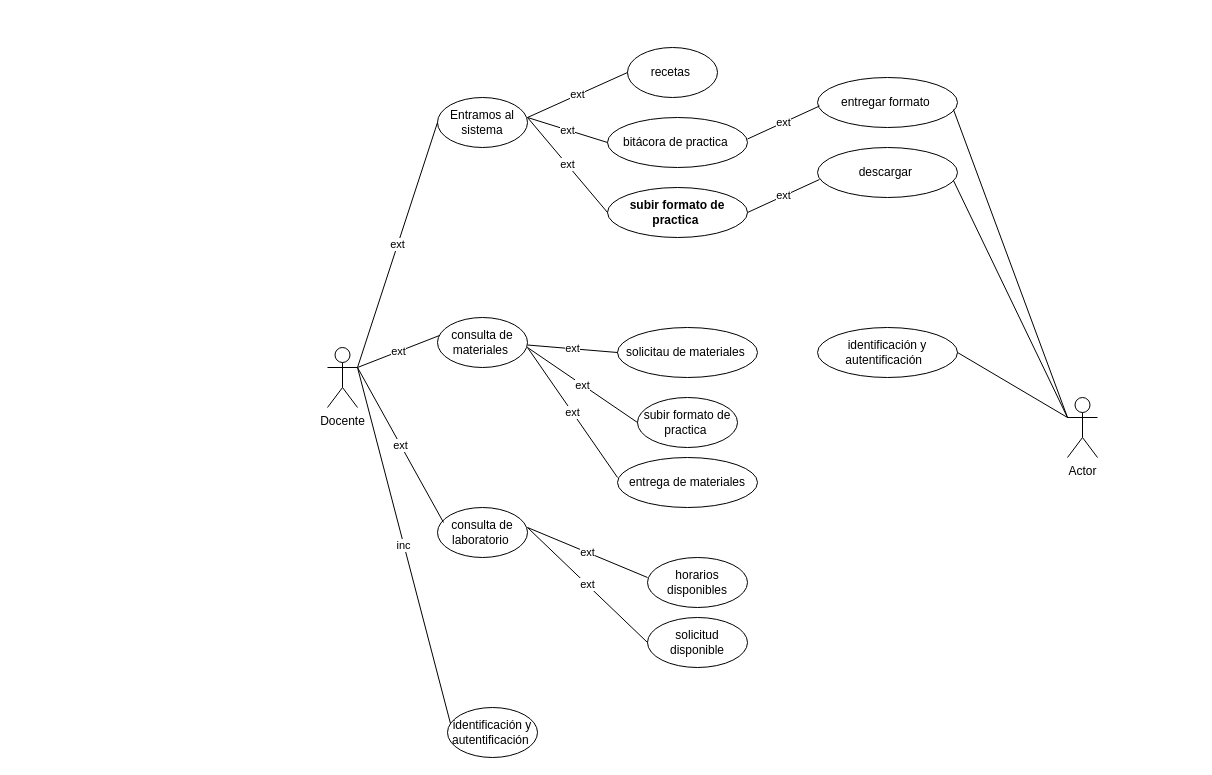
This is Diagrama sin título.drawio from pedroromeroDG/ejemplo1, a draw.io file, before an edit. Source tidied: cells renumbered, new cells numbered last; positions are measured from the earlier drawing's top-left corner, leaving out a move shared by most shapes. Both pictures are drawn from the tidied source at 100%, with x=0, y=0 at pixel (327, 47).
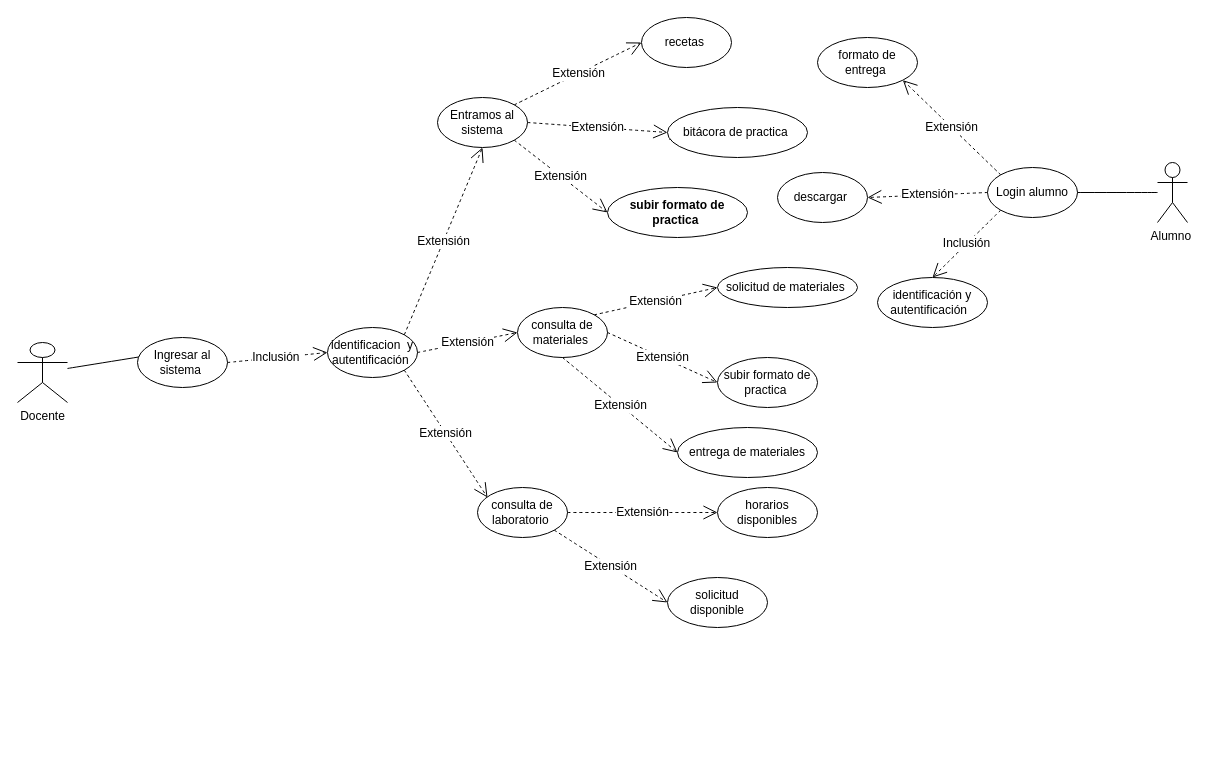
After the change.

The change refers to these unchanged cells:
```xml
<mxCell id="3" value="Entramos al sistema" style="ellipse;whiteSpace=wrap;html=1;" parent="1" vertex="1">
  <mxGeometry x="110" y="50" width="90" height="50" as="geometry" />
</mxCell>
<mxCell id="13" value="subir formato de practica&amp;nbsp;" style="ellipse;whiteSpace=wrap;html=1;fontStyle=1;" parent="1" vertex="1">
  <mxGeometry x="280" y="140" width="140" height="50" as="geometry" />
</mxCell>
```

Diff of the diagram source:
```diff
@@
+    <mxCell id="36" style="edgeStyle=none;curved=1;rounded=0;jettySize=auto;html=1;entryX=1;entryY=0;entryDx=0;entryDy=0;fontSize=12;startSize=8;endSize=8;" parent="1" edge="1" source="2" target="7">
+      <mxGeometry relative="1" as="geometry" />
+    </mxCell>
     <mxCell id="2" value="Docente" style="shape=umlActor;verticalLabelPosition=bottom;verticalAlign=top;html=1;" parent="1" vertex="1">
-      <mxGeometry y="300" width="30" height="60" as="geometry" />
+      <mxGeometry x="-310" y="295" width="50" height="60" as="geometry" />
     </mxCell>
@@
-    <mxCell id="4" value="ext" style="endArrow=none;html=1;rounded=0;entryX=0;entryY=0.5;entryDx=0;entryDy=0;" parent="1" edge="1" target="3">
-      <mxGeometry relative="1" as="geometry">
-        <mxPoint x="30" y="320" as="sourcePoint" />
-      </mxGeometry>
-    </mxCell>
     <mxCell id="5" value="consulta de materiales&amp;nbsp;" style="ellipse;whiteSpace=wrap;html=1;" parent="1" vertex="1">
-      <mxGeometry x="110" y="270" width="90" height="50" as="geometry" />
+      <mxGeometry x="190" y="260" width="90" height="50" as="geometry" />
     </mxCell>
     <mxCell id="6" value="consulta de laboratorio&amp;nbsp;" style="ellipse;whiteSpace=wrap;html=1;" parent="1" vertex="1">
-      <mxGeometry x="110" y="460" width="90" height="50" as="geometry" />
+      <mxGeometry x="150" y="440" width="90" height="50" as="geometry" />
     </mxCell>
-    <mxCell id="7" value="identificación y autentificación&amp;nbsp;" style="ellipse;whiteSpace=wrap;html=1;" parent="1" vertex="1">
-      <mxGeometry x="120" y="660" width="90" height="50" as="geometry" />
+    <mxCell id="7" value="Ingresar al sistema&amp;nbsp;" style="ellipse;whiteSpace=wrap;html=1;" parent="1" vertex="1">
+      <mxGeometry x="-190" y="290" width="90" height="50" as="geometry" />
     </mxCell>
-    <mxCell id="8" value="ext" style="endArrow=none;html=1;rounded=0;entryX=0.067;entryY=0.3;entryDx=0;entryDy=0;entryPerimeter=0;" parent="1" edge="1" target="6">
-      <mxGeometry relative="1" as="geometry">
-        <mxPoint x="30" y="320" as="sourcePoint" />
-      </mxGeometry>
-    </mxCell>
-    <mxCell id="9" value="inc" style="endArrow=none;html=1;rounded=0;entryX=0.033;entryY=0.32;entryDx=0;entryDy=0;entryPerimeter=0;" parent="1" edge="1" target="7">
-      <mxGeometry relative="1" as="geometry">
-        <mxPoint x="30" y="320" as="sourcePoint" />
-      </mxGeometry>
-    </mxCell>
-    <mxCell id="10" value="ext" style="endArrow=none;html=1;rounded=0;entryX=0.022;entryY=0.36;entryDx=0;entryDy=0;exitX=1;exitY=0.3333333333333333;exitDx=0;exitDy=0;exitPerimeter=0;entryPerimeter=0;" parent="1" edge="1" source="2" target="5">
-      <mxGeometry relative="1" as="geometry" />
-    </mxCell>
     <mxCell id="11" value="recetas&amp;nbsp;" style="ellipse;whiteSpace=wrap;html=1;" parent="1" vertex="1">
-      <mxGeometry x="300" width="90" height="50" as="geometry" />
+      <mxGeometry x="314" y="-30" width="90" height="50" as="geometry" />
     </mxCell>
-    <mxCell id="12" value="bitácora de practica&amp;nbsp;" style="ellipse;whiteSpace=wrap;html=1;" parent="1" vertex="1">
-      <mxGeometry x="280" y="70" width="140" height="50" as="geometry" />
-    </mxCell>
@@
-    <mxCell id="14" value="solicitau de materiales&amp;nbsp;" style="ellipse;whiteSpace=wrap;html=1;" parent="1" vertex="1">
-      <mxGeometry x="290" y="280" width="140" height="50" as="geometry" />
+    <mxCell id="14" value="solicitud de materiales&amp;nbsp;" style="ellipse;whiteSpace=wrap;html=1;" parent="1" vertex="1">
+      <mxGeometry x="390" y="220" width="140" height="40" as="geometry" />
     </mxCell>
     <mxCell id="15" value="subir formato de practica&amp;nbsp;" style="ellipse;whiteSpace=wrap;html=1;" parent="1" vertex="1">
-      <mxGeometry x="310" y="350" width="100" height="50" as="geometry" />
+      <mxGeometry x="390" y="310" width="100" height="50" as="geometry" />
     </mxCell>
     <mxCell id="16" value="entrega de materiales" style="ellipse;whiteSpace=wrap;html=1;" parent="1" vertex="1">
-      <mxGeometry x="290" y="410" width="140" height="50" as="geometry" />
+      <mxGeometry x="350" y="380" width="140" height="50" as="geometry" />
     </mxCell>
     <mxCell id="17" value="horarios disponibles" style="ellipse;whiteSpace=wrap;html=1;" parent="1" vertex="1">
-      <mxGeometry x="320" y="510" width="100" height="50" as="geometry" />
+      <mxGeometry x="390" y="440" width="100" height="50" as="geometry" />
     </mxCell>
     <mxCell id="18" value="solicitud disponible" style="ellipse;whiteSpace=wrap;html=1;" parent="1" vertex="1">
-      <mxGeometry x="320" y="570" width="100" height="50" as="geometry" />
+      <mxGeometry x="340" y="530" width="100" height="50" as="geometry" />
     </mxCell>
-    <mxCell id="19" value="ext" style="endArrow=none;html=1;rounded=0;entryX=0;entryY=0.4;entryDx=0;entryDy=0;entryPerimeter=0;" parent="1" edge="1" target="17">
-      <mxGeometry relative="1" as="geometry">
-        <mxPoint x="200" y="480" as="sourcePoint" />
-      </mxGeometry>
-    </mxCell>
-    <mxCell id="20" value="ext" style="endArrow=none;html=1;rounded=0;entryX=0;entryY=0.5;entryDx=0;entryDy=0;" parent="1" edge="1" target="18">
-      <mxGeometry relative="1" as="geometry">
-        <mxPoint x="200" y="480" as="sourcePoint" />
-      </mxGeometry>
-    </mxCell>
-    <mxCell id="21" value="ext" style="endArrow=none;html=1;rounded=0;entryX=0;entryY=0.5;entryDx=0;entryDy=0;" parent="1" edge="1" target="14">
-      <mxGeometry relative="1" as="geometry">
-        <mxPoint x="200" y="297.5" as="sourcePoint" />
-      </mxGeometry>
-    </mxCell>
-    <mxCell id="22" value="ext" style="endArrow=none;html=1;rounded=0;entryX=0;entryY=0.5;entryDx=0;entryDy=0;" parent="1" edge="1" target="15">
-      <mxGeometry relative="1" as="geometry">
-        <mxPoint x="200" y="300" as="sourcePoint" />
-      </mxGeometry>
-    </mxCell>
-    <mxCell id="23" value="ext" style="endArrow=none;html=1;rounded=0;" parent="1" edge="1">
-      <mxGeometry relative="1" as="geometry">
-        <mxPoint x="200" y="300" as="sourcePoint" />
-        <mxPoint x="290" y="430" as="targetPoint" />
-      </mxGeometry>
-    </mxCell>
-    <mxCell id="24" value="ext" style="endArrow=none;html=1;rounded=0;entryX=0;entryY=0.5;entryDx=0;entryDy=0;" parent="1" edge="1" target="13">
-      <mxGeometry relative="1" as="geometry">
-        <mxPoint x="200" y="70" as="sourcePoint" />
-      </mxGeometry>
-    </mxCell>
-    <mxCell id="25" value="ext" style="endArrow=none;html=1;rounded=0;entryX=0;entryY=0.5;entryDx=0;entryDy=0;" parent="1" edge="1" target="12">
-      <mxGeometry relative="1" as="geometry">
-        <mxPoint x="200" y="70" as="sourcePoint" />
-      </mxGeometry>
-    </mxCell>
-    <mxCell id="26" value="ext" style="endArrow=none;html=1;rounded=0;entryX=0;entryY=0.5;entryDx=0;entryDy=0;" parent="1" edge="1" target="11">
-      <mxGeometry relative="1" as="geometry">
-        <mxPoint x="200" y="70" as="sourcePoint" />
-      </mxGeometry>
-    </mxCell>
-    <mxCell id="27" value="entregar formato&amp;nbsp;" style="ellipse;whiteSpace=wrap;html=1;" parent="1" vertex="1">
-      <mxGeometry x="490" y="30" width="140" height="50" as="geometry" />
+    <mxCell id="27" value="formato de entrega&amp;nbsp;" style="ellipse;whiteSpace=wrap;html=1;" parent="1" vertex="1">
+      <mxGeometry x="490" y="-10" width="100" height="50" as="geometry" />
     </mxCell>
     <mxCell id="28" value="descargar&amp;nbsp;" style="ellipse;whiteSpace=wrap;html=1;" parent="1" vertex="1">
-      <mxGeometry x="490" y="100" width="140" height="50" as="geometry" />
+      <mxGeometry x="450" y="125" width="90" height="50" as="geometry" />
     </mxCell>
     <mxCell id="29" value="identificación y autentificación&amp;nbsp;&amp;nbsp;" style="ellipse;whiteSpace=wrap;html=1;" parent="1" vertex="1">
-      <mxGeometry x="490" y="280" width="140" height="50" as="geometry" />
+      <mxGeometry x="550" y="230" width="110" height="50" as="geometry" />
     </mxCell>
+    <mxCell id="37" style="edgeStyle=none;curved=1;rounded=0;jettySize=auto;html=1;entryX=0;entryY=0.5;entryDx=0;entryDy=0;fontSize=12;startSize=8;endSize=8;" parent="1" edge="1" source="30" target="52">
+      <mxGeometry relative="1" as="geometry" />
+    </mxCell>
-    <mxCell id="30" value="Actor" style="shape=umlActor;verticalLabelPosition=bottom;verticalAlign=top;html=1;outlineConnect=0;" parent="1" vertex="1">
-      <mxGeometry x="740" y="350" width="30" height="60" as="geometry" />
+    <mxCell id="30" value="Alumno&amp;nbsp;" style="shape=umlActor;verticalLabelPosition=bottom;verticalAlign=top;html=1;outlineConnect=0;" parent="1" vertex="1">
+      <mxGeometry x="830" y="115" width="30" height="60" as="geometry" />
     </mxCell>
-    <mxCell id="31" style="endArrow=none;html=1;rounded=0;entryX=0;entryY=0.3333333333333333;entryDx=0;entryDy=0;entryPerimeter=0;exitX=1;exitY=0.5;exitDx=0;exitDy=0;" parent="1" edge="1" source="29" target="30">
-      <mxGeometry relative="1" as="geometry" />
-    </mxCell>
-    <mxCell id="32" style="endArrow=none;html=1;rounded=0;entryX=0;entryY=0.3333333333333333;entryDx=0;entryDy=0;entryPerimeter=0;exitX=0.971;exitY=0.66;exitDx=0;exitDy=0;exitPerimeter=0;" parent="1" edge="1" source="28" target="30">
-      <mxGeometry relative="1" as="geometry" />
-    </mxCell>
-    <mxCell id="33" style="endArrow=none;html=1;rounded=0;entryX=0;entryY=0.3333333333333333;entryDx=0;entryDy=0;entryPerimeter=0;exitX=0.971;exitY=0.64;exitDx=0;exitDy=0;exitPerimeter=0;" parent="1" edge="1" source="27" target="30">
-      <mxGeometry relative="1" as="geometry" />
-    </mxCell>
-    <mxCell id="34" value="ext" style="endArrow=none;html=1;rounded=0;entryX=0.014;entryY=0.64;entryDx=0;entryDy=0;exitX=1;exitY=0.5;exitDx=0;exitDy=0;entryPerimeter=0;" parent="1" edge="1" source="13" target="28">
-      <mxGeometry relative="1" as="geometry" />
-    </mxCell>
-    <mxCell id="35" value="ext" style="endArrow=none;html=1;rounded=0;entryX=0.014;entryY=0.64;entryDx=0;entryDy=0;exitX=1;exitY=0.5;exitDx=0;exitDy=0;entryPerimeter=0;" parent="1" edge="1">
-      <mxGeometry relative="1" as="geometry">
-        <mxPoint x="420" y="91.5" as="sourcePoint" />
-        <mxPoint x="492" y="58.5" as="targetPoint" />
-      </mxGeometry>
-    </mxCell>
+    <mxCell id="38" value="identificacion&amp;nbsp; y autentificación&amp;nbsp;" style="ellipse;whiteSpace=wrap;html=1;" parent="1" vertex="1">
+      <mxGeometry y="280" width="90" height="50" as="geometry" />
+    </mxCell>
+    <mxCell id="39" value="Inclusión&amp;nbsp;" style="endArrow=open;endSize=12;dashed=1;html=1;rounded=0;fontSize=12;curved=1;exitX=1;exitY=0.5;exitDx=0;exitDy=0;entryX=0;entryY=0.5;entryDx=0;entryDy=0;" parent="1" edge="1" source="7" target="38">
+      <mxGeometry relative="1" as="geometry" />
+    </mxCell>
+    <mxCell id="40" value="Extensión" style="endArrow=open;endSize=12;dashed=1;html=1;rounded=0;fontSize=12;curved=1;exitX=1;exitY=0;exitDx=0;exitDy=0;entryX=0.5;entryY=1;entryDx=0;entryDy=0;" parent="1" edge="1" source="38" target="3">
+      <mxGeometry relative="1" as="geometry" />
+    </mxCell>
+    <mxCell id="41" value="Extensión" style="endArrow=open;endSize=12;dashed=1;html=1;rounded=0;fontSize=12;curved=1;exitX=1;exitY=0.5;exitDx=0;exitDy=0;entryX=0;entryY=0.5;entryDx=0;entryDy=0;" parent="1" edge="1" source="38" target="5">
+      <mxGeometry relative="1" as="geometry" />
+    </mxCell>
+    <mxCell id="42" value="Extensión" style="endArrow=open;endSize=12;dashed=1;html=1;rounded=0;fontSize=12;curved=1;exitX=1;exitY=1;exitDx=0;exitDy=0;" parent="1" edge="1" source="38">
+      <mxGeometry relative="1" as="geometry">
+        <mxPoint x="160" y="450" as="targetPoint" />
+      </mxGeometry>
+    </mxCell>
+    <mxCell id="43" value="Extensión" style="endArrow=open;endSize=12;dashed=1;html=1;rounded=0;fontSize=12;curved=1;entryX=0;entryY=0.5;entryDx=0;entryDy=0;exitX=1;exitY=1;exitDx=0;exitDy=0;" parent="1" edge="1" source="6" target="18">
+      <mxGeometry relative="1" as="geometry" />
+    </mxCell>
+    <mxCell id="44" value="Extensión" style="endArrow=open;endSize=12;dashed=1;html=1;rounded=0;fontSize=12;curved=1;entryX=0;entryY=0.5;entryDx=0;entryDy=0;exitX=1;exitY=0.5;exitDx=0;exitDy=0;" parent="1" edge="1" source="6" target="17">
+      <mxGeometry relative="1" as="geometry" />
+    </mxCell>
+    <mxCell id="45" value="Extensión" style="endArrow=open;endSize=12;dashed=1;html=1;rounded=0;fontSize=12;curved=1;exitX=0.5;exitY=1;exitDx=0;exitDy=0;entryX=0;entryY=0.5;entryDx=0;entryDy=0;" parent="1" edge="1" source="5" target="16">
+      <mxGeometry relative="1" as="geometry" />
+    </mxCell>
+    <mxCell id="46" value="Extensión" style="endArrow=open;endSize=12;dashed=1;html=1;rounded=0;fontSize=12;curved=1;exitX=1;exitY=0.5;exitDx=0;exitDy=0;entryX=0;entryY=0.5;entryDx=0;entryDy=0;" parent="1" edge="1" source="5" target="15">
+      <mxGeometry relative="1" as="geometry" />
+    </mxCell>
+    <mxCell id="47" value="Extensión" style="endArrow=open;endSize=12;dashed=1;html=1;rounded=0;fontSize=12;curved=1;exitX=1;exitY=0;exitDx=0;exitDy=0;" parent="1" edge="1" source="5">
+      <mxGeometry relative="1" as="geometry">
+        <mxPoint x="390" y="240" as="targetPoint" />
+      </mxGeometry>
+    </mxCell>
+    <mxCell id="48" value="Extensión" style="endArrow=open;endSize=12;dashed=1;html=1;rounded=0;fontSize=12;curved=1;exitX=1;exitY=1;exitDx=0;exitDy=0;entryX=0;entryY=0.5;entryDx=0;entryDy=0;" parent="1" edge="1" source="3" target="13">
+      <mxGeometry relative="1" as="geometry" />
+    </mxCell>
+    <mxCell id="49" value="Extensión" style="endArrow=open;endSize=12;dashed=1;html=1;rounded=0;fontSize=12;curved=1;exitX=1;exitY=0;exitDx=0;exitDy=0;entryX=0;entryY=0.5;entryDx=0;entryDy=0;" parent="1" edge="1" source="3" target="11">
+      <mxGeometry relative="1" as="geometry" />
+    </mxCell>
+    <mxCell id="50" value="Extensión" style="endArrow=open;endSize=12;dashed=1;html=1;rounded=0;fontSize=12;curved=1;exitX=1;exitY=0.5;exitDx=0;exitDy=0;" parent="1" edge="1" source="3">
+      <mxGeometry relative="1" as="geometry">
+        <mxPoint x="340" y="85" as="targetPoint" />
+      </mxGeometry>
+    </mxCell>
+    <mxCell id="51" style="endArrow=none;html=1;rounded=0;entryX=0.014;entryY=0.64;entryDx=0;entryDy=0;exitX=1;exitY=0.5;exitDx=0;exitDy=0;entryPerimeter=0;" parent="1" edge="1" target="12">
+      <mxGeometry relative="1" as="geometry">
+        <mxPoint x="420" y="91.5" as="sourcePoint" />
+      </mxGeometry>
+    </mxCell>
+    <mxCell id="12" value="bitácora de practica&amp;nbsp;" style="ellipse;whiteSpace=wrap;html=1;" parent="1" vertex="1">
+      <mxGeometry x="340" y="60" width="140" height="50" as="geometry" />
+    </mxCell>
+    <mxCell id="52" value="Login alumno" style="ellipse;whiteSpace=wrap;html=1;" parent="1" vertex="1">
+      <mxGeometry x="660" y="120" width="90" height="50" as="geometry" />
+    </mxCell>
+    <mxCell id="53" value="Extensión" style="endArrow=open;endSize=12;dashed=1;html=1;rounded=0;fontSize=12;curved=1;exitX=0;exitY=0;exitDx=0;exitDy=0;entryX=1;entryY=1;entryDx=0;entryDy=0;" parent="1" edge="1" source="52" target="27">
+      <mxGeometry relative="1" as="geometry" />
+    </mxCell>
+    <mxCell id="54" value="Extensión" style="endArrow=open;endSize=12;dashed=1;html=1;rounded=0;fontSize=12;curved=1;exitX=0;exitY=0.5;exitDx=0;exitDy=0;entryX=1;entryY=0.5;entryDx=0;entryDy=0;" parent="1" edge="1" source="52" target="28">
+      <mxGeometry relative="1" as="geometry" />
+    </mxCell>
+    <mxCell id="55" value="Inclusión" style="endArrow=open;endSize=12;dashed=1;html=1;rounded=0;fontSize=12;curved=1;exitX=0;exitY=1;exitDx=0;exitDy=0;entryX=0.5;entryY=0;entryDx=0;entryDy=0;" parent="1" edge="1" source="52" target="29">
+      <mxGeometry relative="1" as="geometry" />
+    </mxCell>
```
